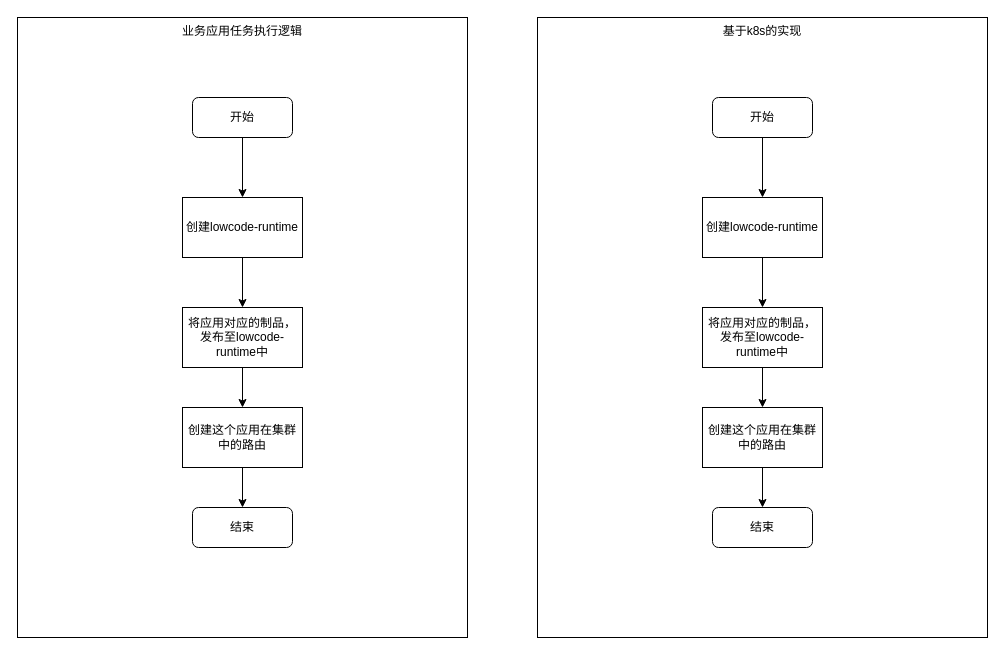
Before: page "任务执行逻辑" (8 of 10) of 灵捷.drawio in ProgrammerLZ/drawio, a draw.io diagram. Source tidied: cells renumbered, new cells numbered last; positions are measured from the earlier drawing's top-left corner, leaving out a move shared by most shapes. Both pictures are drawn from the tidied source at 100%, with x=0, y=0 at pixel (17, 17).
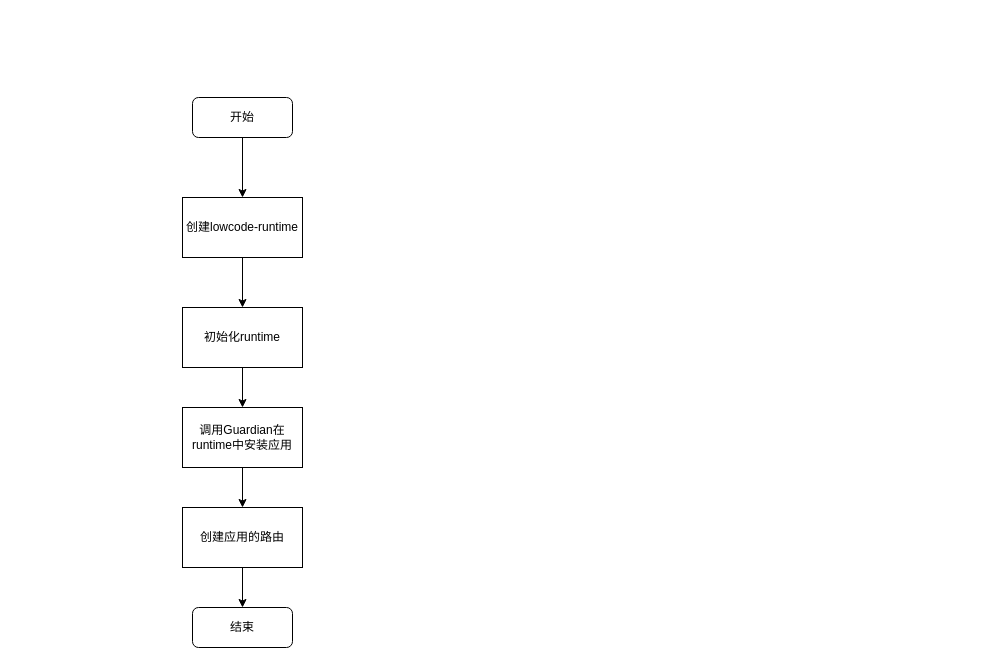
The same diagram, later.

What changed in the source:
```diff
@@
-    <mxCell id="2" value="业务应用任务执行逻辑" style="rounded=0;whiteSpace=wrap;html=1;fillColor=none;verticalAlign=top;" parent="1" vertex="1">
-      <mxGeometry width="450" height="620" as="geometry" />
-    </mxCell>
@@
     <mxCell id="5" value="结束" style="rounded=1;whiteSpace=wrap;html=1;" parent="1" vertex="1">
-      <mxGeometry x="175" y="490" width="100" height="40" as="geometry" />
+      <mxGeometry x="175" y="590" width="100" height="40" as="geometry" />
     </mxCell>
@@
-    <mxCell id="9" value="将应用对应的制品，发布至lowcode-runtime中" style="rounded=0;whiteSpace=wrap;html=1;" parent="1" vertex="1">
+    <mxCell id="9" value="初始化runtime" style="rounded=0;whiteSpace=wrap;html=1;" parent="1" vertex="1">
       <mxGeometry x="165" y="290" width="120" height="60" as="geometry" />
     </mxCell>
-    <mxCell id="10" style="edgeStyle=orthogonalEdgeStyle;rounded=0;jettySize=auto;html=1;" parent="1" edge="1" source="11" target="5">
-      <mxGeometry relative="1" as="geometry" />
-    </mxCell>
+    <mxCell id="22" style="edgeStyle=orthogonalEdgeStyle;rounded=0;jettySize=auto;html=1;" parent="1" edge="1" source="11" target="24">
+      <mxGeometry relative="1" as="geometry" />
+    </mxCell>
-    <mxCell id="11" value="创建这个应用在集群中的路由" style="rounded=0;whiteSpace=wrap;html=1;" parent="1" vertex="1">
+    <mxCell id="11" value="调用Guardian在runtime中安装应用" style="rounded=0;whiteSpace=wrap;html=1;" parent="1" vertex="1">
       <mxGeometry x="165" y="390" width="120" height="60" as="geometry" />
     </mxCell>
-    <mxCell id="12" value="基于k8s的实现" style="rounded=0;whiteSpace=wrap;html=1;fillColor=none;verticalAlign=top;" parent="1" vertex="1">
-      <mxGeometry x="520" width="450" height="620" as="geometry" />
-    </mxCell>
-    <mxCell id="13" style="edgeStyle=orthogonalEdgeStyle;rounded=0;jettySize=auto;html=1;" parent="1" edge="1" source="14" target="17">
-      <mxGeometry relative="1" as="geometry" />
-    </mxCell>
-    <mxCell id="14" value="开始" style="rounded=1;whiteSpace=wrap;html=1;" parent="1" vertex="1">
-      <mxGeometry x="695" y="80" width="100" height="40" as="geometry" />
-    </mxCell>
-    <mxCell id="15" value="结束" style="rounded=1;whiteSpace=wrap;html=1;" parent="1" vertex="1">
-      <mxGeometry x="695" y="490" width="100" height="40" as="geometry" />
-    </mxCell>
-    <mxCell id="16" style="edgeStyle=orthogonalEdgeStyle;rounded=0;jettySize=auto;html=1;" parent="1" edge="1" source="17" target="19">
-      <mxGeometry relative="1" as="geometry" />
-    </mxCell>
-    <mxCell id="17" value="创建lowcode-runtime" style="rounded=0;whiteSpace=wrap;html=1;" parent="1" vertex="1">
-      <mxGeometry x="685" y="180" width="120" height="60" as="geometry" />
-    </mxCell>
-    <mxCell id="18" style="edgeStyle=orthogonalEdgeStyle;rounded=0;jettySize=auto;html=1;" parent="1" edge="1" source="19" target="21">
-      <mxGeometry relative="1" as="geometry" />
-    </mxCell>
-    <mxCell id="19" value="将应用对应的制品，发布至lowcode-runtime中" style="rounded=0;whiteSpace=wrap;html=1;" parent="1" vertex="1">
-      <mxGeometry x="685" y="290" width="120" height="60" as="geometry" />
-    </mxCell>
-    <mxCell id="20" style="edgeStyle=orthogonalEdgeStyle;rounded=0;jettySize=auto;html=1;" parent="1" edge="1" source="21" target="15">
-      <mxGeometry relative="1" as="geometry" />
-    </mxCell>
-    <mxCell id="21" value="创建这个应用在集群中的路由" style="rounded=0;whiteSpace=wrap;html=1;" parent="1" vertex="1">
-      <mxGeometry x="685" y="390" width="120" height="60" as="geometry" />
-    </mxCell>
+    <mxCell id="23" style="edgeStyle=orthogonalEdgeStyle;rounded=0;jettySize=auto;html=1;" parent="1" edge="1" source="24" target="5">
+      <mxGeometry relative="1" as="geometry" />
+    </mxCell>
+    <mxCell id="24" value="创建应用的路由" style="rounded=0;whiteSpace=wrap;html=1;" parent="1" vertex="1">
+      <mxGeometry x="165" y="490" width="120" height="60" as="geometry" />
+    </mxCell>
```
